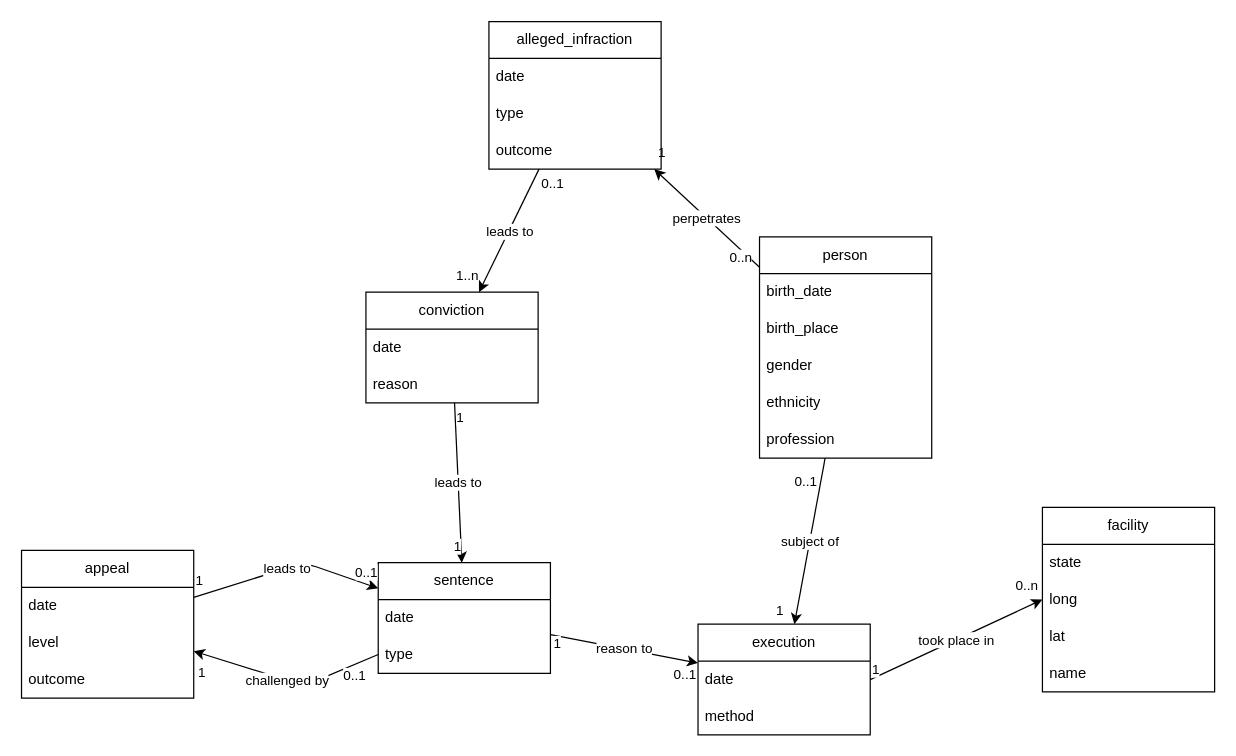
Before: documentation/diagramme.drawio in felileg/HN1_unine_2026, a draw.io diagram. Source tidied: cells renumbered, new cells numbered last; positions are measured from the earlier drawing's top-left corner, leaving out a move shared by most shapes. Both pictures are drawn from the tidied source at 123%, with x=0, y=0 at pixel (21, 21).
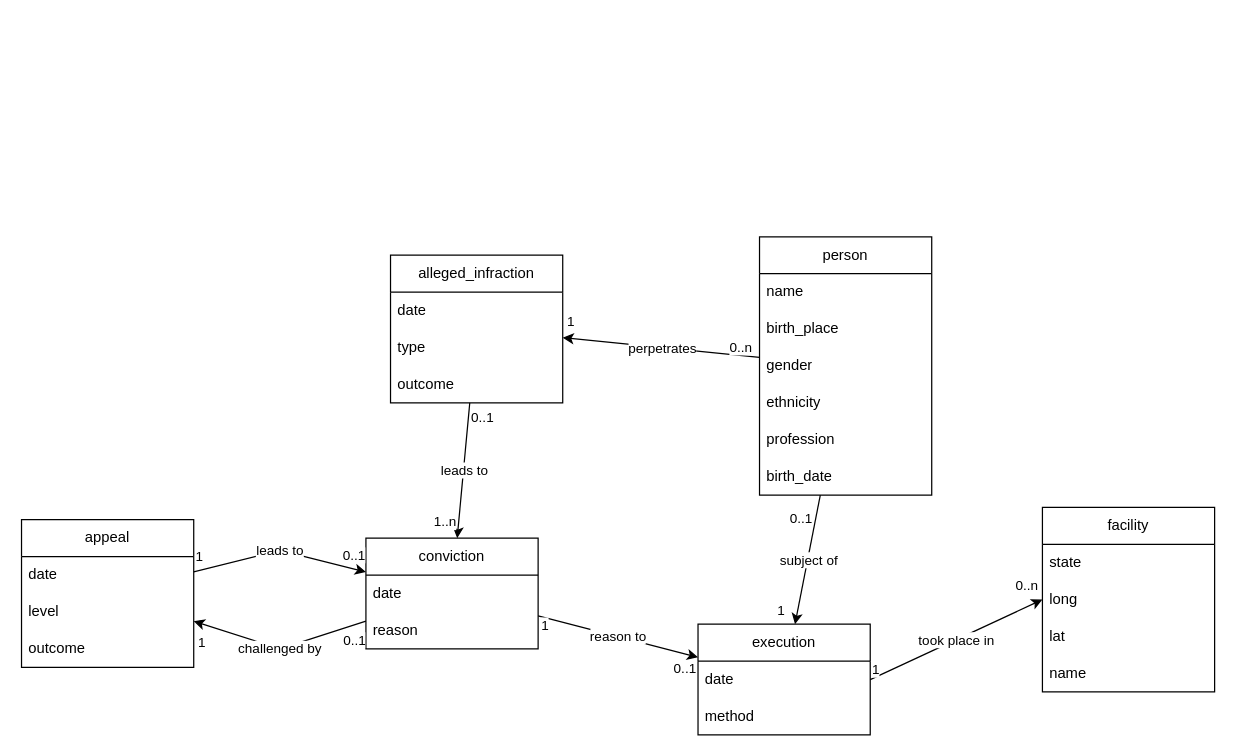
Above is the later version.

Unchanged cells that the change refers to:
```xml
<mxCell id="13" value="execution" style="swimlane;fontStyle=0;horizontal=1;startSize=30;whiteSpace=wrap;html=1;" parent="1" vertex="1">
  <mxGeometry x="550" y="490" width="140" height="90" as="geometry" />
</mxCell>
```

Change to the diagram source:
```diff
@@
     <mxCell id="7" value="person" style="swimlane;fontStyle=0;horizontal=1;startSize=30;whiteSpace=wrap;html=1;" parent="1" vertex="1">
-      <mxGeometry x="600" y="175" width="140" height="180" as="geometry" />
+      <mxGeometry x="600" y="175" width="140" height="210" as="geometry" />
     </mxCell>
-    <mxCell id="8" value="birth_date" style="text;strokeColor=none;fillColor=none;align=left;verticalAlign=middle;spacingLeft=4;spacingRight=4;overflow=hidden;whiteSpace=wrap;html=1;" parent="7" vertex="1">
+    <mxCell id="8" value="name" style="text;strokeColor=none;fillColor=none;align=left;verticalAlign=middle;spacingLeft=4;spacingRight=4;overflow=hidden;whiteSpace=wrap;html=1;" parent="7" vertex="1">
       <mxGeometry y="30" width="140" height="30" as="geometry" />
     </mxCell>
@@
+    <mxCell id="62" value="birth_date" style="text;strokeColor=none;fillColor=none;align=left;verticalAlign=middle;spacingLeft=4;spacingRight=4;overflow=hidden;whiteSpace=wrap;html=1;" parent="7" vertex="1">
+      <mxGeometry y="180" width="140" height="30" as="geometry" />
+    </mxCell>
@@
     <mxCell id="24" value="conviction" style="swimlane;fontStyle=0;horizontal=1;startSize=30;whiteSpace=wrap;html=1;" parent="1" vertex="1">
-      <mxGeometry x="280" y="220" width="140" height="90" as="geometry" />
+      <mxGeometry x="280" y="420" width="140" height="90" as="geometry" />
     </mxCell>
@@
-    <mxCell id="31" style="endArrow=classic;html=1;" parent="1" edge="1" source="43" target="13">
+    <mxCell id="31" style="endArrow=classic;html=1;" parent="1" edge="1" source="24" target="13">
       <mxGeometry relative="1" as="geometry" />
     </mxCell>
@@
     <mxCell id="35" value="appeal" style="swimlane;fontStyle=0;horizontal=1;startSize=30;whiteSpace=wrap;html=1;" parent="1" vertex="1">
-      <mxGeometry y="430" width="140" height="120" as="geometry" />
+      <mxGeometry y="405" width="140" height="120" as="geometry" />
     </mxCell>
@@
     <mxCell id="39" value="alleged_infraction" style="swimlane;fontStyle=0;horizontal=1;startSize=30;whiteSpace=wrap;html=1;" parent="1" vertex="1">
-      <mxGeometry x="380" width="140" height="120" as="geometry" />
+      <mxGeometry x="300" y="190" width="140" height="120" as="geometry" />
     </mxCell>
@@
-    <mxCell id="43" value="sentence" style="swimlane;fontStyle=0;horizontal=1;startSize=30;whiteSpace=wrap;html=1;" parent="1" vertex="1">
-      <mxGeometry x="290" y="440" width="140" height="90" as="geometry" />
-    </mxCell>
-    <mxCell id="44" value="date" style="text;strokeColor=none;fillColor=none;align=left;verticalAlign=middle;spacingLeft=4;spacingRight=4;overflow=hidden;whiteSpace=wrap;html=1;" parent="43" vertex="1">
-      <mxGeometry y="30" width="140" height="30" as="geometry" />
-    </mxCell>
-    <mxCell id="45" value="type" style="text;strokeColor=none;fillColor=none;align=left;verticalAlign=middle;spacingLeft=4;spacingRight=4;overflow=hidden;whiteSpace=wrap;html=1;" parent="43" vertex="1">
-      <mxGeometry y="60" width="140" height="30" as="geometry" />
-    </mxCell>
@@
-    <mxCell id="50" style="endArrow=classic;html=1;" parent="1" edge="1" source="24" target="43">
-      <mxGeometry relative="1" as="geometry" />
-    </mxCell>
-    <mxCell id="51" value="leads to" style="edgeLabel;html=1;align=center;verticalAlign=middle;" parent="50" vertex="1">
-      <mxGeometry relative="1" as="geometry" />
-    </mxCell>
-    <mxCell id="52" value="1" style="edgeLabel;html=1;align=left;verticalAlign=bottom;" parent="50" vertex="1">
-      <mxGeometry x="-1" relative="1" as="geometry">
-        <mxPoint y="20" as="offset" />
-      </mxGeometry>
-    </mxCell>
-    <mxCell id="53" value="1" style="edgeLabel;html=1;align=right;verticalAlign=bottom;" parent="50" vertex="1">
-      <mxGeometry x="1" relative="1" as="geometry">
-        <mxPoint y="-5" as="offset" />
-      </mxGeometry>
-    </mxCell>
-    <mxCell id="54" style="endArrow=classic;html=1;" parent="1" edge="1" source="43" target="35">
+    <mxCell id="54" style="endArrow=classic;html=1;" parent="1" edge="1" source="24" target="35">
       <mxGeometry relative="1" as="geometry">
         <Array as="points">
-          <mxPoint x="230" y="540" />
+          <mxPoint x="210" y="510" />
         </Array>
       </mxGeometry>
     </mxCell>
@@
     <mxCell id="56" value="0..1" style="edgeLabel;html=1;align=left;verticalAlign=bottom;" parent="54" vertex="1">
       <mxGeometry x="-1" relative="1" as="geometry">
-        <mxPoint x="-30" y="25" as="offset" />
+        <mxPoint x="-20" y="23" as="offset" />
       </mxGeometry>
     </mxCell>
@@
-    <mxCell id="58" style="endArrow=classic;html=1;" parent="1" edge="1" source="35" target="43">
+    <mxCell id="58" style="endArrow=classic;html=1;" parent="1" edge="1" source="35" target="24">
       <mxGeometry relative="1" as="geometry">
         <Array as="points">
-          <mxPoint x="230" y="440" />
+          <mxPoint x="210" y="430" />
         </Array>
       </mxGeometry>
     </mxCell>
```
